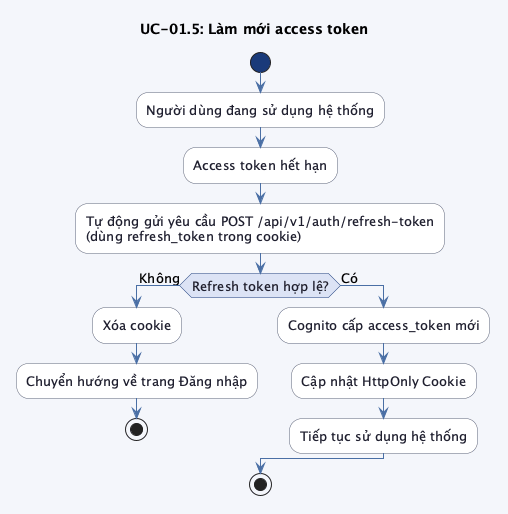
Before: src/images/chap3/activity_uc01_5.png, a diagram exported from PlantUML (trongnhan34vn/trello-report). Its diagram source:
```plantuml
@startuml activity_uc01_5

skinparam linetype ortho
skinparam defaultFontSize 13
skinparam backgroundColor #f4f6fb
skinparam activity {
    BackgroundColor #ffffff
    BorderColor #5b6279
    FontColor #1e1e2e
    ArrowColor #4a6fa5
    DiamondBackgroundColor #dce3f5
    DiamondBorderColor #1a3a7a
    DiamondFontColor #1e1e2e
    StartColor #1a3a7a
    EndColor #1a3a7a
}

title UC-01.5: Làm mới access token

start

:Người dùng đang sử dụng hệ thống;
:Access token hết hạn;
:Tự động gửi yêu cầu POST /api/v1/auth/refresh-token\n(dùng refresh_token trong cookie);

if (Refresh token hợp lệ?) then (Không)
    :Xóa cookie;
    :Chuyển hướng về trang Đăng nhập;
    stop
else (Có)
    :Cognito cấp access_token mới;
    :Cập nhật HttpOnly Cookie;
    :Tiếp tục sử dụng hệ thống;
endif

stop

@enduml
```
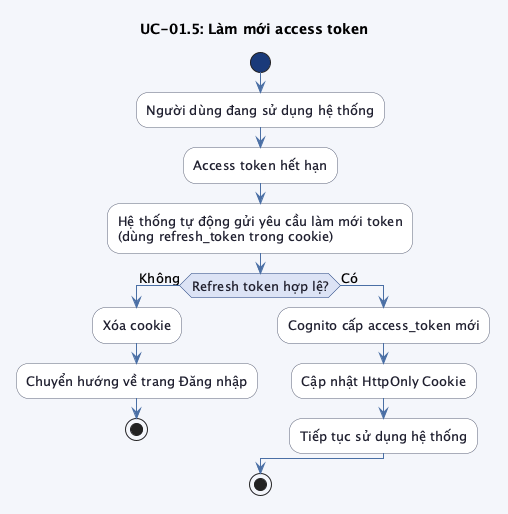
The same diagram one commit later.

Change to the diagram source:
```diff
@@ -21,7 +21,7 @@
 
 :Người dùng đang sử dụng hệ thống;
 :Access token hết hạn;
-:Tự động gửi yêu cầu POST /api/v1/auth/refresh-token\n(dùng refresh_token trong cookie);
+:Hệ thống tự động gửi yêu cầu làm mới token\n(dùng refresh_token trong cookie);
 
 if (Refresh token hợp lệ?) then (Không)
     :Xóa cookie;
```
